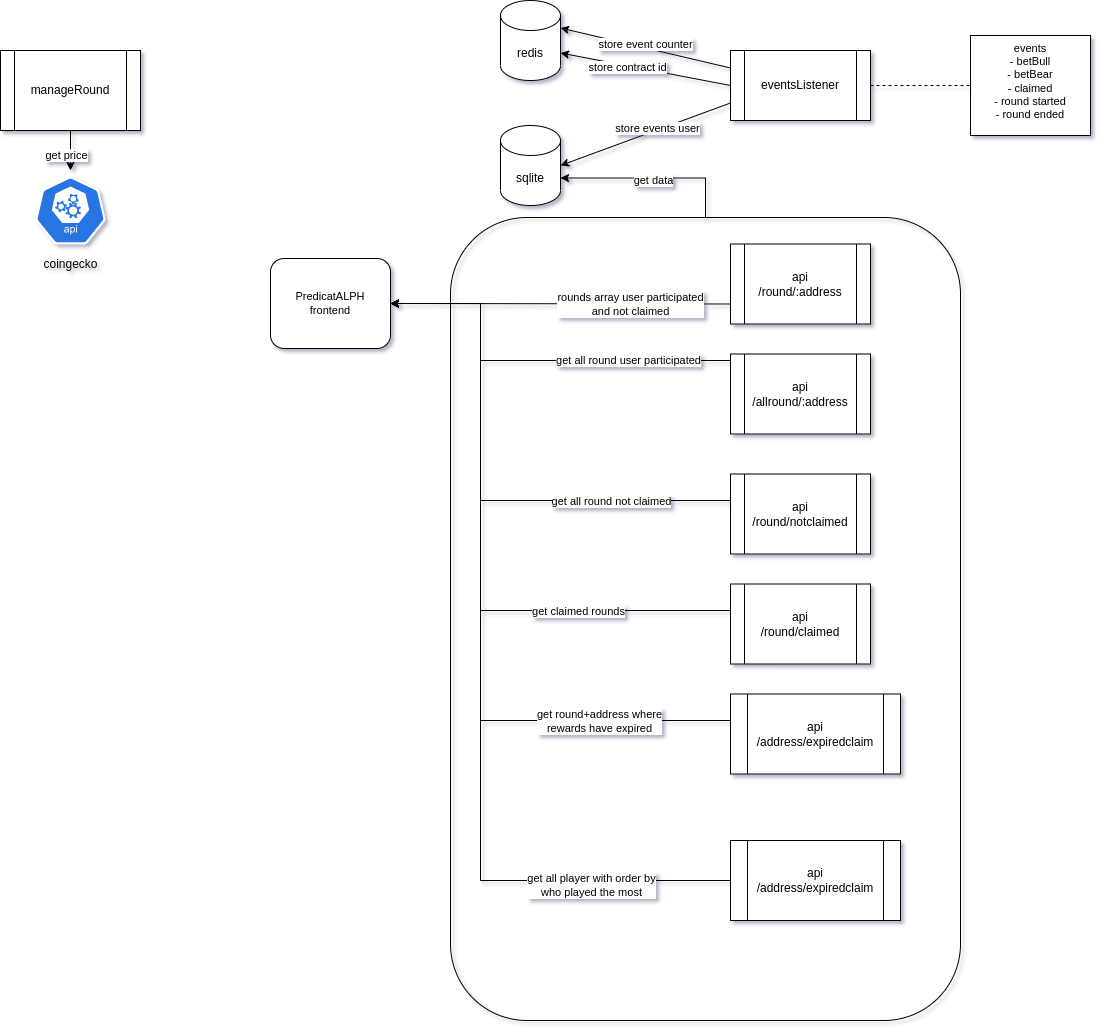
This is docs/img/components.png from notrustverify/predictalph-contracts, a draw.io export, as it was before one commit. Source tidied: cells renumbered, new cells last; positions are measured from the earlier drawing's top-left corner, leaving out a move shared by most shapes.
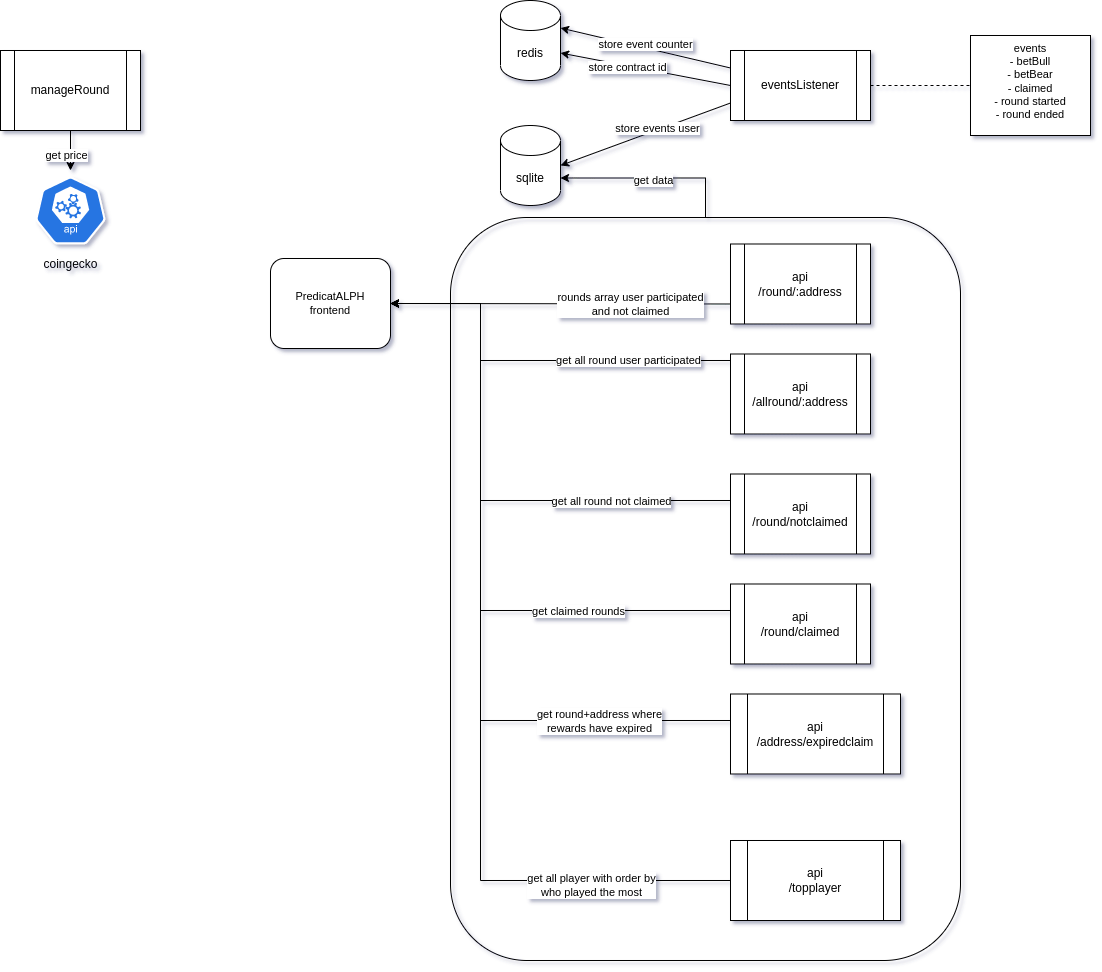
After the commit.

The edit, as a diff of the source:
```diff
@@ -9,7 +9,7 @@
       <mxGeometry x="-0.01" y="2" relative="1" as="geometry" />
     </mxCell>
     <mxCell id="4" style="rounded=1;whiteSpace=wrap;html=1;fillColor=none;" parent="1" vertex="1">
-      <mxGeometry x="450" y="217" width="510" height="803" as="geometry" />
+      <mxGeometry x="450" y="217" width="510" height="743" as="geometry" />
     </mxCell>
     <mxCell id="5" style="edgeStyle=none;rounded=0;jettySize=auto;html=1;exitX=1;exitY=0.5;exitDx=0;exitDy=0;entryX=0;entryY=0.5;entryDx=0;entryDy=0;fontFamily=Helvetica;fontSize=11;endArrow=none;endFill=0;dashed=1;" parent="1" edge="1" source="8" target="20">
       <mxGeometry relative="1" as="geometry" />
@@ -155,7 +155,7 @@
         <mxPoint x="-29" as="offset" />
       </mxGeometry>
     </mxCell>
-    <mxCell id="38" value="api&lt;br&gt;/address/expiredclaim" style="shape=process;whiteSpace=wrap;html=1;backgroundOutline=1;" parent="1" vertex="1">
+    <mxCell id="38" value="api&lt;br&gt;/topplayer" style="shape=process;whiteSpace=wrap;html=1;backgroundOutline=1;" parent="1" vertex="1">
       <mxGeometry x="730" y="840" width="170" height="80" as="geometry" />
     </mxCell>
   </root>
```
